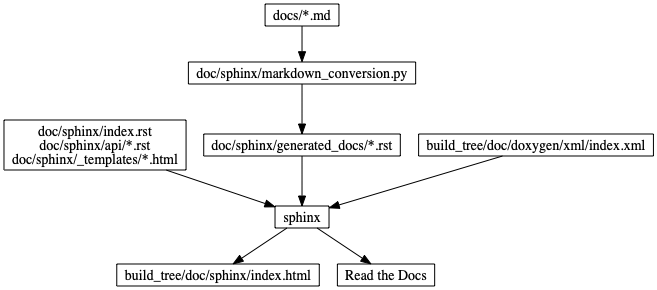
The Graphviz diagram doc/images/sphinx_flow.png in approvals/ApprovalTests.cpp, before a commit. Its source is kept beside it as doc/images/source/sphinx_flow.dot. Its diagram source:
```dot
digraph doxygen_flow {
    rankdir = "TB"
    node [fontsize = 14, shape = box, height = 0.25]
    edge [fontsize = 14]

    "sphinx"

    "source_rst" [label = "doc/sphinx/index.rst\ndoc/sphinx/api/*.rst\ndoc/sphinx/_templates/*.html"]
    "source_rst" -> "sphinx"

    "docs_md" [label = "docs/*.md"]
    "markdown_conversion_py" [label = "doc/sphinx/markdown_conversion.py"]
    "generated_rst" [label = "doc/sphinx/generated_docs/*.rst"]
    "docs_md" -> "markdown_conversion_py" -> "generated_rst"
    "generated_rst" -> "sphinx"

    "index.xml" [label = "build_tree/doc/doxygen/xml/index.xml"]
    "index.xml" -> "sphinx"

    "sphinx_output" [label = "build_tree/doc/sphinx/index.html"]
    "sphinx" -> "sphinx_output"

    "read_the_docs" [label = "Read the Docs"]
    "sphinx" -> "read_the_docs"
}
```
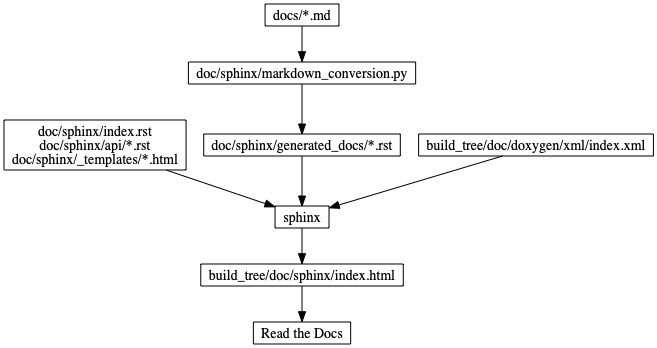
After the change.

Commit message:
d   Better layout for sphinx_flow.png

The edit, as a diff of the source:
```diff
@@ -21,5 +21,5 @@
     "sphinx" -> "sphinx_output"
 
     "read_the_docs" [label = "Read the Docs"]
-    "sphinx" -> "read_the_docs"
+    "sphinx_output" -> "read_the_docs"
 }
```
